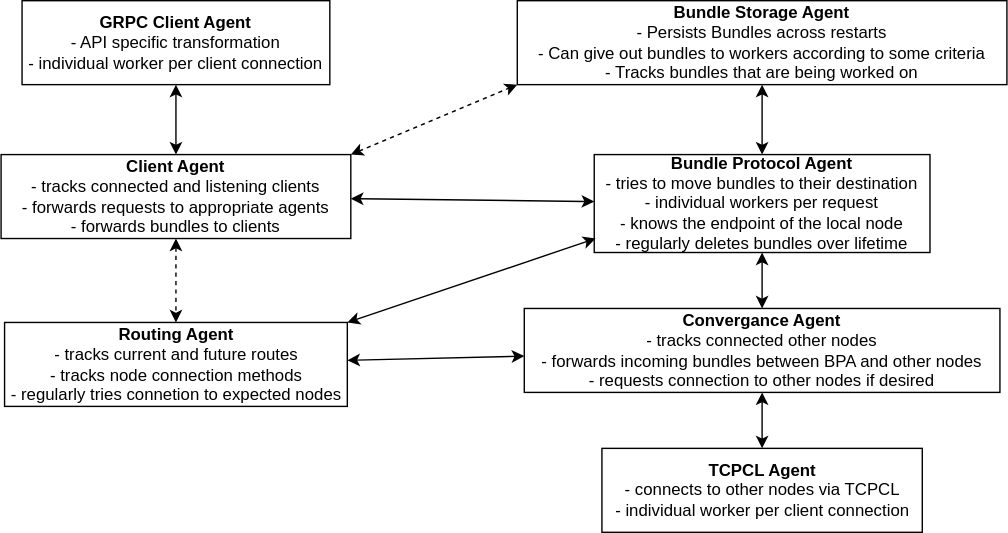
huettner94/dtn keeps this draw.io diagram as docs/img/agents.drawio.svg. Above is the earlier version. Source tidied: cells renumbered, new cells last; positions are measured from the earlier drawing's top-left corner, leaving out a move shared by most shapes.
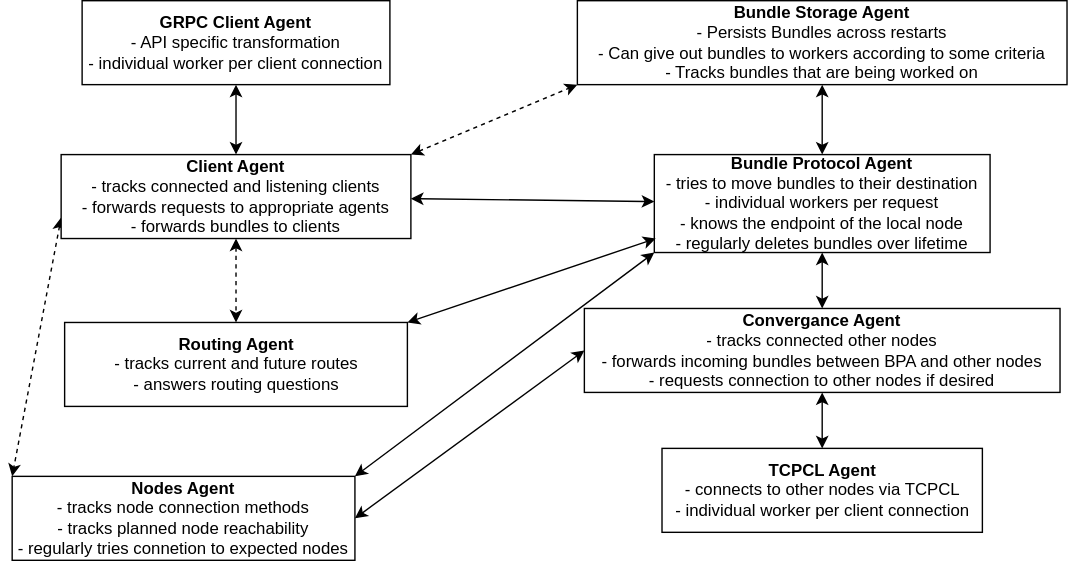
The same diagram one commit later.

Diff of the diagram source:
```diff
@@ -17,6 +17,9 @@
     <mxCell id="6" style="edgeStyle=none;rounded=0;jettySize=auto;html=1;exitX=1;exitY=0;exitDx=0;exitDy=0;entryX=0;entryY=1;entryDx=0;entryDy=0;dashed=1;startArrow=classic;startFill=1;" parent="1" edge="1" source="7" target="3">
       <mxGeometry relative="1" as="geometry" />
     </mxCell>
+    <mxCell id="18" style="edgeStyle=none;rounded=0;jettySize=auto;html=1;exitX=0;exitY=0.75;exitDx=0;exitDy=0;entryX=0;entryY=0;entryDx=0;entryDy=0;startArrow=classic;startFill=1;dashed=1;" parent="1" edge="1" source="7" target="21">
+      <mxGeometry relative="1" as="geometry" />
+    </mxCell>
     <mxCell id="7" value="&lt;b&gt;Client Agent&lt;/b&gt;&lt;br&gt;- tracks connected and listening clients&lt;br&gt;- forwards requests to appropriate agents&lt;br&gt;- forwards bundles to clients" style="rounded=0;whiteSpace=wrap;html=1;" parent="1" vertex="1">
       <mxGeometry y="110" width="250" height="60" as="geometry" />
     </mxCell>
@@ -26,6 +29,9 @@
     <mxCell id="9" style="edgeStyle=none;rounded=0;jettySize=auto;html=1;startArrow=classic;startFill=1;" parent="1" edge="1" source="10" target="3">
       <mxGeometry relative="1" as="geometry" />
     </mxCell>
+    <mxCell id="19" style="edgeStyle=none;rounded=0;jettySize=auto;html=1;exitX=0;exitY=1;exitDx=0;exitDy=0;entryX=1;entryY=0;entryDx=0;entryDy=0;startArrow=classic;startFill=1;" parent="1" edge="1" source="10" target="21">
+      <mxGeometry relative="1" as="geometry" />
+    </mxCell>
     <mxCell id="10" value="&lt;b&gt;Bundle Protocol Agent&lt;/b&gt;&lt;br&gt;- tries to move bundles to their destination&lt;br&gt;- individual workers per request&lt;br&gt;- knows the endpoint of the local node&lt;br&gt;- regularly deletes bundles over lifetime" style="rounded=0;whiteSpace=wrap;html=1;" parent="1" vertex="1">
       <mxGeometry x="424" y="110" width="240" height="70" as="geometry" />
     </mxCell>
@@ -41,16 +47,19 @@
     <mxCell id="14" value="&lt;b&gt;TCPCL Agent&lt;/b&gt;&lt;br&gt;- connects to other nodes via TCPCL&lt;br&gt;- individual worker per client connection" style="rounded=0;whiteSpace=wrap;html=1;" parent="1" vertex="1">
       <mxGeometry x="429.5" y="320" width="229" height="60" as="geometry" />
     </mxCell>
-    <mxCell id="15" style="edgeStyle=none;rounded=0;jettySize=auto;html=1;startArrow=classic;startFill=1;" parent="1" edge="1" source="17" target="12">
-      <mxGeometry relative="1" as="geometry" />
-    </mxCell>
     <mxCell id="16" style="edgeStyle=none;rounded=0;jettySize=auto;html=1;startArrow=classic;startFill=1;exitX=1;exitY=0;exitDx=0;exitDy=0;" parent="1" edge="1" source="17">
       <mxGeometry relative="1" as="geometry">
         <mxPoint x="425" y="170" as="targetPoint" />
       </mxGeometry>
     </mxCell>
-    <mxCell id="17" value="&lt;b&gt;Routing Agent&lt;/b&gt;&lt;br&gt;- tracks current and future routes&lt;br&gt;- tracks node connection methods&lt;br&gt;- regularly tries connetion to expected nodes" style="rounded=0;whiteSpace=wrap;html=1;" parent="1" vertex="1">
+    <mxCell id="17" value="&lt;b&gt;Routing Agent&lt;/b&gt;&lt;br&gt;- tracks current and future routes&lt;br&gt;- answers routing questions" style="rounded=0;whiteSpace=wrap;html=1;" parent="1" vertex="1">
       <mxGeometry x="2.5" y="230" width="245" height="60" as="geometry" />
     </mxCell>
+    <mxCell id="20" style="edgeStyle=none;rounded=0;jettySize=auto;html=1;exitX=1;exitY=0.5;exitDx=0;exitDy=0;entryX=0;entryY=0.5;entryDx=0;entryDy=0;startArrow=classic;startFill=1;" parent="1" edge="1" source="21" target="12">
+      <mxGeometry relative="1" as="geometry" />
+    </mxCell>
+    <mxCell id="21" value="&lt;b&gt;Nodes Agent&lt;/b&gt;&lt;br&gt;- tracks node connection methods&lt;br&gt;- tracks planned node reachability&lt;br&gt;- regularly tries connetion to expected nodes" style="rounded=0;whiteSpace=wrap;html=1;" parent="1" vertex="1">
+      <mxGeometry x="-35" y="340" width="245" height="60" as="geometry" />
+    </mxCell>
   </root>
 </mxGraphModel>
```
